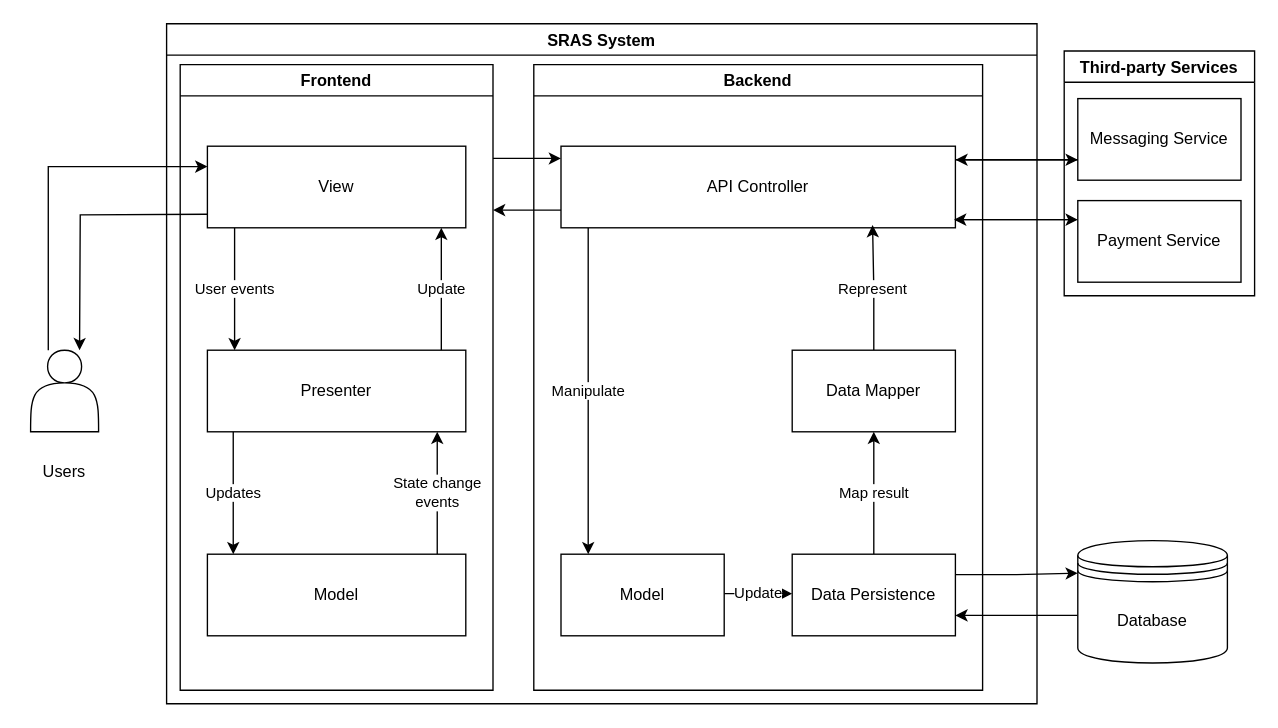
Above: system-architecture-edited.drawio in ThuongHoang456189/prepare-23-05-2023-files (draw.io), before the change. Source tidied: cells renumbered, new cells numbered last; positions are measured from the earlier drawing's top-left corner, leaving out a move shared by most shapes. Both pictures are drawn from the tidied source at 136%, with x=0, y=0 at pixel (23, 23).
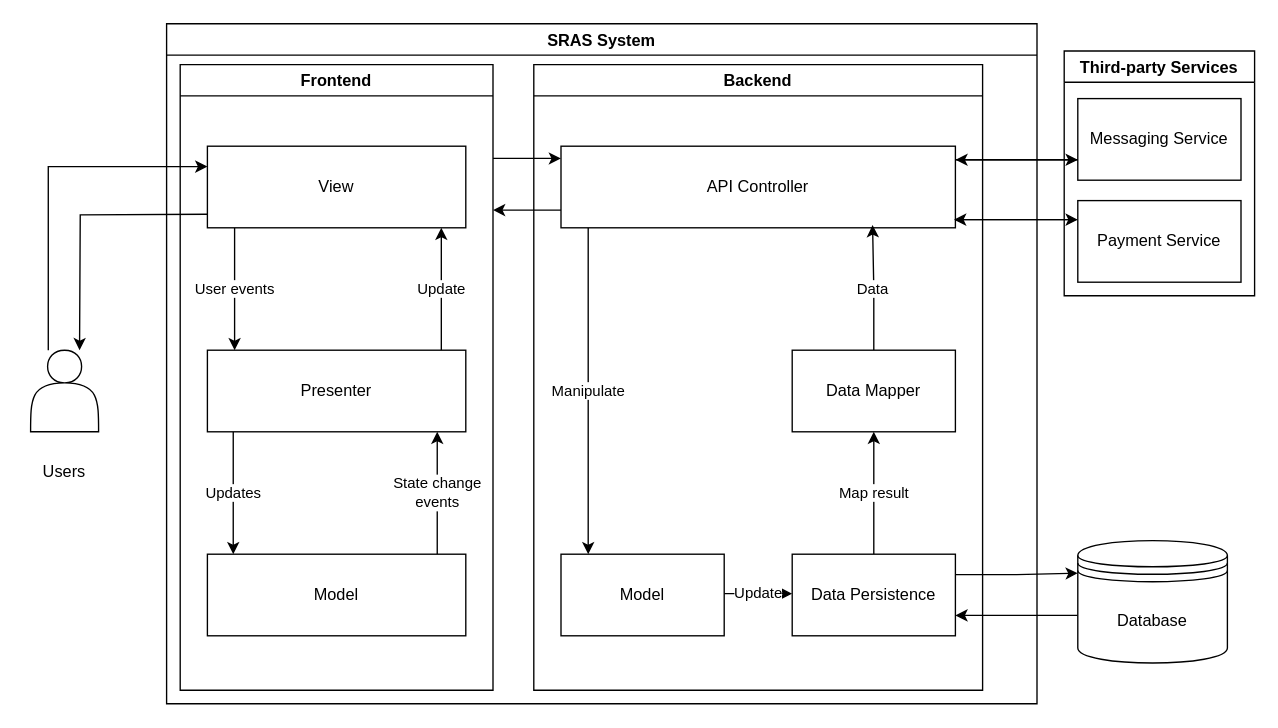
The same page after the edit.

Unchanged cells that the change refers to:
```xml
<mxCell id="12" value="Backend" style="swimlane;" parent="2" vertex="1">
  <mxGeometry x="270" y="30" width="330" height="460" as="geometry" />
</mxCell>
<mxCell id="17" value="API Controller" style="rounded=0;whiteSpace=wrap;html=1;" parent="12" vertex="1">
  <mxGeometry x="20" y="60" width="290" height="60" as="geometry" />
</mxCell>
<mxCell id="21" value="Data Mapper" style="rounded=0;whiteSpace=wrap;html=1;" parent="12" vertex="1">
  <mxGeometry x="190" y="210" width="120" height="60" as="geometry" />
</mxCell>
```

What changed in the source:
```diff
@@
-    <mxCell id="20" value="Represent" style="edgeStyle=orthogonalEdgeStyle;rounded=0;jettySize=auto;html=1;entryX=0.79;entryY=0.967;entryDx=0;entryDy=0;entryPerimeter=0;" parent="12" edge="1" source="21" target="17">
+    <mxCell id="20" value="Data" style="edgeStyle=orthogonalEdgeStyle;rounded=0;jettySize=auto;html=1;entryX=0.79;entryY=0.967;entryDx=0;entryDy=0;entryPerimeter=0;" parent="12" edge="1" source="21" target="17">
       <mxGeometry x="-0.01" relative="1" as="geometry" />
     </mxCell>
```
